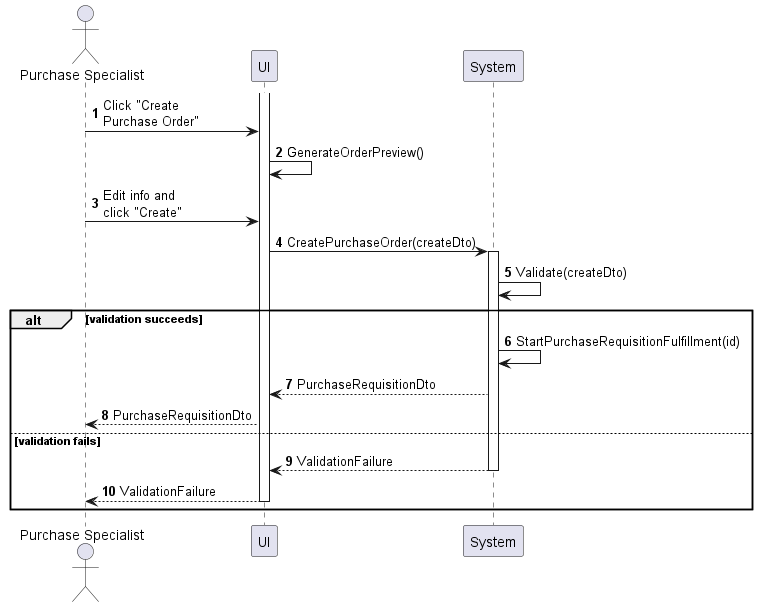
Earlier version of the PlantUML export sequences/purchase-order-create.png (phihungha/scmss-reqs).
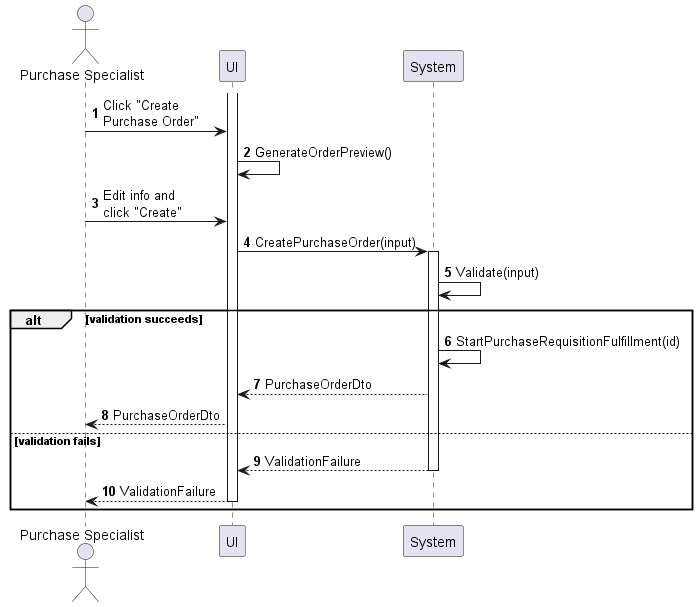
Later version of the same file.

Change to the diagram source:
```diff
@@ -9,14 +9,14 @@
 a -> f : Click "Create\nPurchase Order"
 f -> f : GenerateOrderPreview()
 a -> f : Edit info and\nclick "Create"
-f -> b : CreatePurchaseOrder(createDto)
+f -> b : CreatePurchaseOrder(input)
 activate b
-b -> b : Validate(createDto)
+b -> b : Validate(input)
 
 alt validation succeeds
     b -> b : StartPurchaseRequisitionFulfillment(id)
-    b --> f : PurchaseRequisitionDto
-    f --> a : PurchaseRequisitionDto
+    b --> f : PurchaseOrderDto
+    f --> a : PurchaseOrderDto
 else validation fails
     return ValidationFailure
     f --> a : ValidationFailure
```
